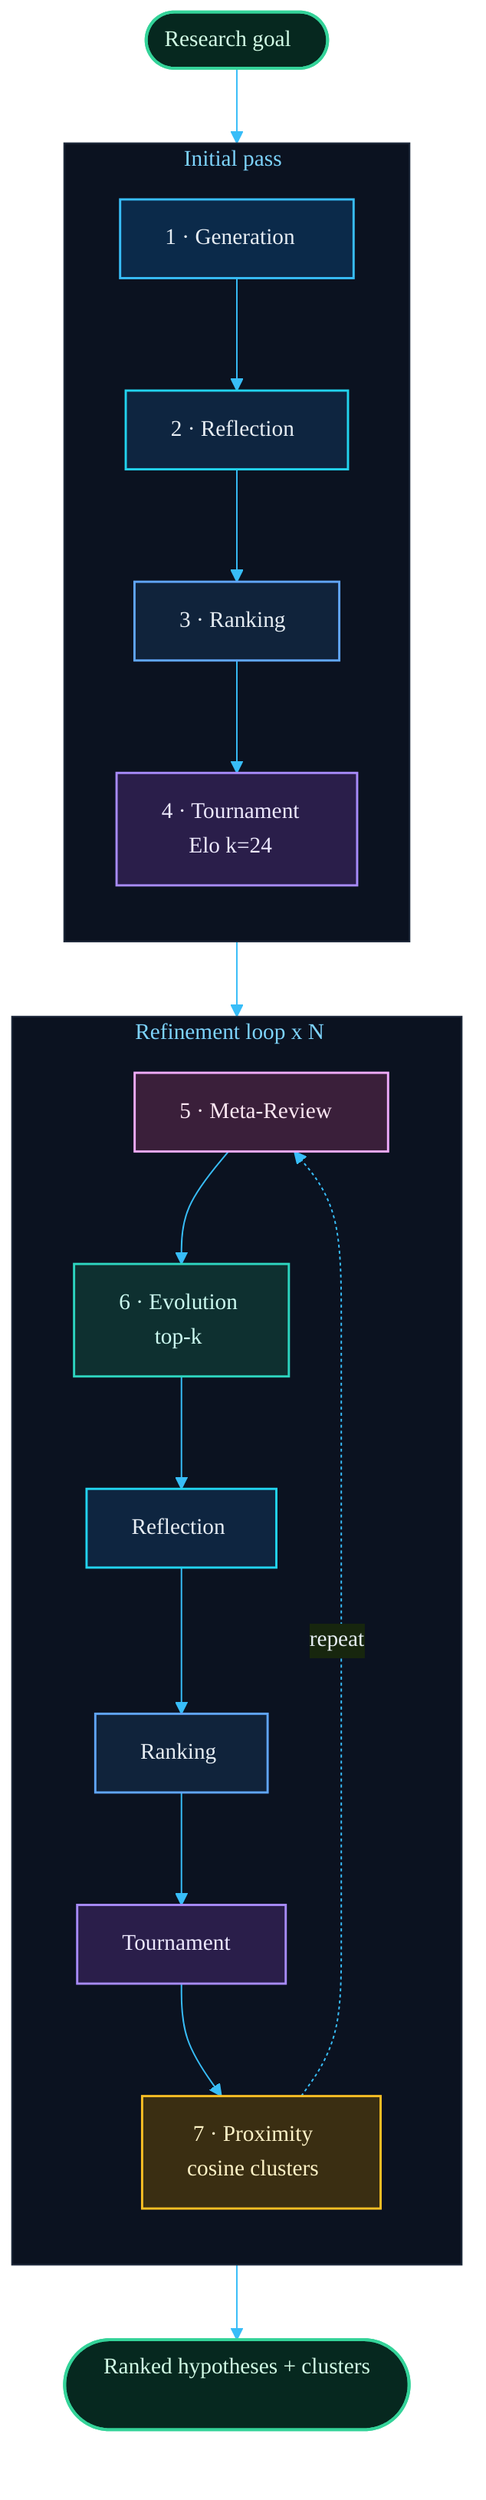
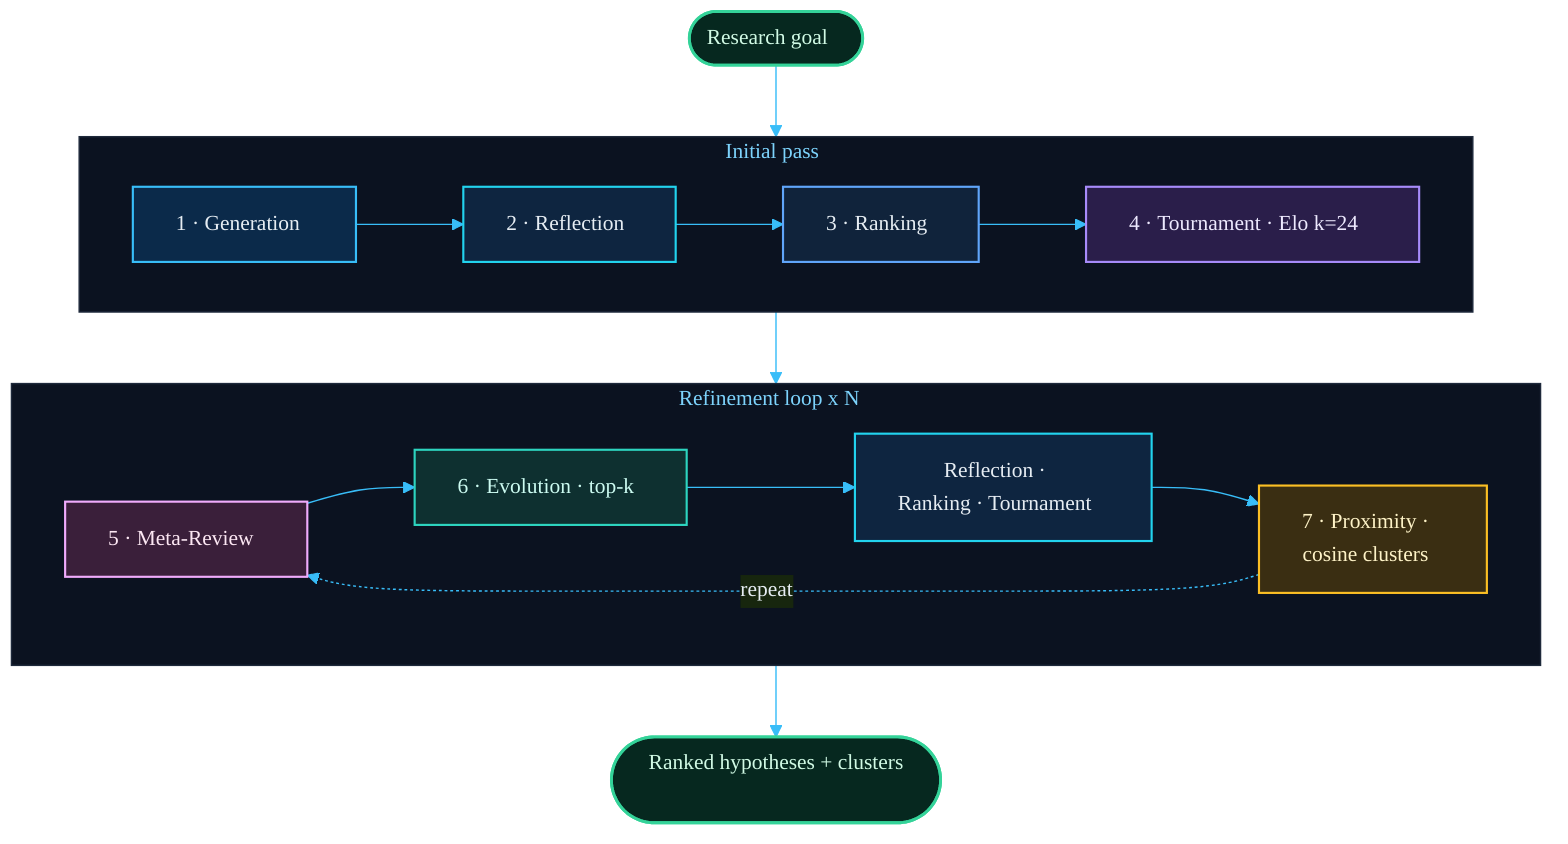
%%{init: {'theme':'base','themeVariables':{'background':'#070b14','primaryColor':'#0e1726','primaryTextColor':'#e6edf3','primaryBorderColor':'#22d3ee','lineColor':'#38bdf8','fontFamily':'Inter,Helvetica,sans-serif','fontSize':'15px','clusterBkg':'#0b1220','clusterBorder':'#1e293b','titleColor':'#7dd3fc'}}}%%
flowchart TB
-     goal(["Research goal"]):::io --> G
+     goal(["Research goal"]):::io
+     goal --> SEED

    subgraph SEED["Initial pass"]
-         direction TB
-         G["1 · Generation"]:::gen --> R["2 · Reflection"]:::rev
-         R --> K["3 · Ranking"]:::rank
-         K --> T["4 · Tournament<br/>Elo k=24"]:::tour
+         direction LR
+         G["1 · Generation"]:::gen --> R["2 · Reflection"]:::rev --> K["3 · Ranking"]:::rank --> T["4 · Tournament · Elo k=24"]:::tour
    end

-     T --> META
+     SEED --> LOOP

    subgraph LOOP["Refinement loop x N"]
-         direction TB
-         META["5 · Meta-Review"]:::meta --> E["6 · Evolution<br/>top-k"]:::evo
-         E --> R2["Reflection"]:::rev
-         R2 --> K2["Ranking"]:::rank
-         K2 --> T2["Tournament"]:::tour
-         T2 --> P["7 · Proximity<br/>cosine clusters"]:::prox
+         direction LR
+         META["5 · Meta-Review"]:::meta --> E["6 · Evolution · top-k"]:::evo --> RR["Reflection ·<br/>Ranking · Tournament"]:::rev --> P["7 · Proximity ·<br/>cosine clusters"]:::prox
+         P -. repeat .-> META
    end

-     P -. repeat .-> META
-     P --> OUT(["Ranked hypotheses + clusters"]):::io
+     LOOP --> OUT(["Ranked hypotheses + clusters"]):::io

    classDef io fill:#06281f,stroke:#34d399,color:#d1fae5,stroke-width:2px;
    classDef gen fill:#0b2a4a,stroke:#38bdf8,color:#e6edf3,stroke-width:1.5px;
    classDef rev fill:#0e2540,stroke:#22d3ee,color:#e6edf3,stroke-width:1.5px;
    classDef rank fill:#10233b,stroke:#60a5fa,color:#e6edf3,stroke-width:1.5px;
    classDef tour fill:#2a1e4a,stroke:#a78bfa,color:#ede9fe,stroke-width:1.5px;
    classDef meta fill:#3a1f3a,stroke:#f0abfc,color:#fce7f3,stroke-width:1.5px;
    classDef evo fill:#0e3030,stroke:#2dd4bf,color:#ccfbf1,stroke-width:1.5px;
    classDef prox fill:#3a2e12,stroke:#fbbf24,color:#fef3c7,stroke-width:1.5px;
-     classDef ghost fill:transparent,stroke:transparent,color:#94a3b8;
